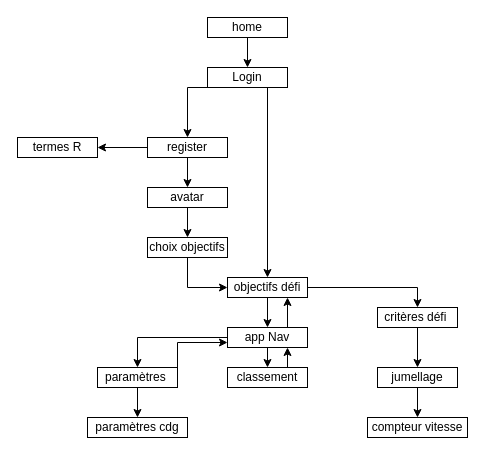
RomVilay/B4L keeps this draw.io diagram as diagramme-navigation.drawio. Above is the earlier version. Source tidied: cells renumbered, new cells numbered last; positions are measured from the earlier drawing's top-left corner, leaving out a move shared by most shapes. Both pictures are drawn from the tidied source at 100%, with x=0, y=0 at pixel (17, 17).
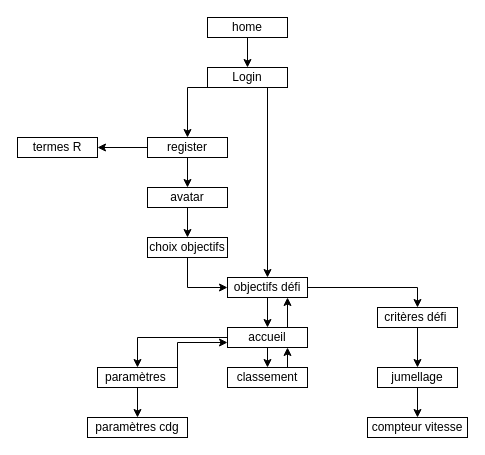
The same page after the edit.

What changed in the source:
```diff
@@
-    <mxCell id="26" value="app Nav" style="rounded=0;whiteSpace=wrap;html=1;" parent="1" vertex="1">
+    <mxCell id="26" value="accueil" style="rounded=0;whiteSpace=wrap;html=1;" parent="1" vertex="1">
       <mxGeometry x="210" y="310" width="80" height="20" as="geometry" />
     </mxCell>
```
